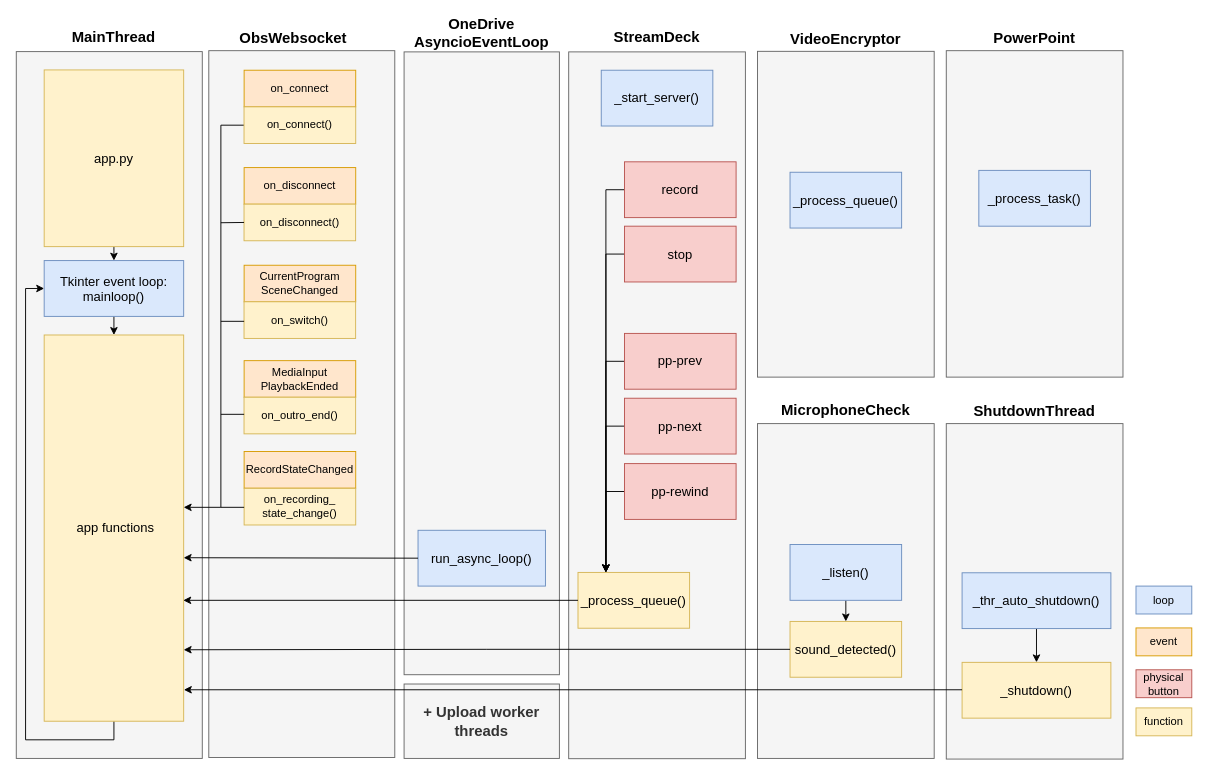
Above: documents/threads_and_events_overview.drawio in UtrechtUniversity/diy-studio-app (draw.io), before the change. Source tidied: cells renumbered, new cells numbered last; positions are measured from the earlier drawing's top-left corner, leaving out a move shared by most shapes. Both pictures are drawn from the tidied source at 93%, with x=0, y=0 at pixel (16, 19).
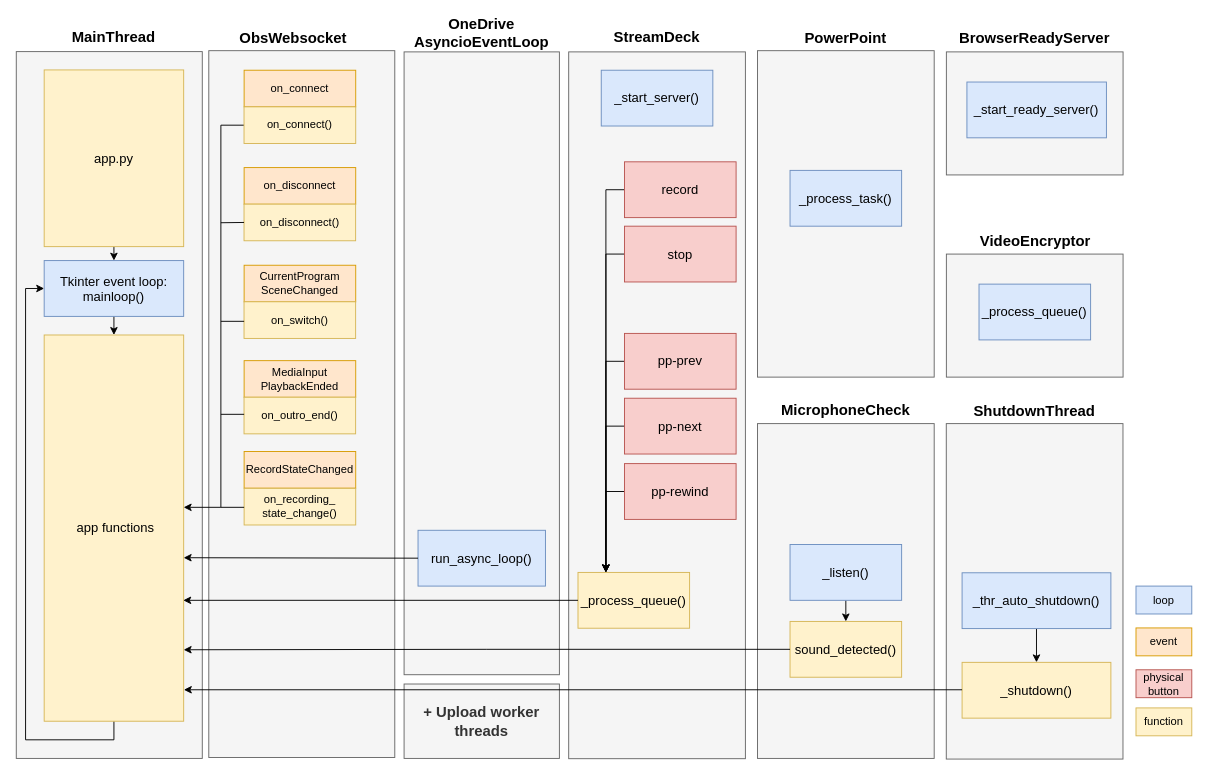
Above is the later version.

Diff of the diagram source:
```diff
@@
     <mxCell id="2" style="rounded=0;whiteSpace=wrap;html=1;fillColor=#f5f5f5;fontColor=#333333;strokeColor=#666666;" parent="1" vertex="1">
-      <mxGeometry x="1000" y="34" width="190" height="351" as="geometry" />
+      <mxGeometry x="797" y="34" width="190" height="351" as="geometry" />
     </mxCell>
@@
     <mxCell id="55" value="PowerPoint" style="text;html=1;align=center;verticalAlign=middle;whiteSpace=wrap;rounded=0;fontStyle=1;fontSize=16;" parent="1" vertex="1">
-      <mxGeometry x="1000" y="5.3" width="190" height="30" as="geometry" />
+      <mxGeometry x="797" y="5.3" width="190" height="30" as="geometry" />
     </mxCell>
@@
     <mxCell id="59" style="rounded=0;whiteSpace=wrap;html=1;fillColor=#f5f5f5;fontColor=#333333;strokeColor=#666666;" parent="1" vertex="1">
-      <mxGeometry x="797" y="34.7" width="190" height="350.3" as="geometry" />
+      <mxGeometry x="1000.1" y="252.7" width="190" height="132.3" as="geometry" />
     </mxCell>
     <mxCell id="60" value="VideoEncryptor" style="text;html=1;align=center;verticalAlign=middle;whiteSpace=wrap;rounded=0;fontStyle=1;fontSize=16;" parent="1" vertex="1">
-      <mxGeometry x="797" y="6.3" width="190" height="30" as="geometry" />
+      <mxGeometry x="1000.5" y="222.7" width="190" height="30" as="geometry" />
     </mxCell>
     <mxCell id="61" value="_process_queue()" style="rounded=0;whiteSpace=wrap;html=1;fillColor=#dae8fc;strokeColor=#6c8ebf;fontSize=14;" parent="1" vertex="1">
-      <mxGeometry x="832" y="164.7" width="120" height="60" as="geometry" />
+      <mxGeometry x="1035.2" y="285" width="120" height="60" as="geometry" />
     </mxCell>
     <mxCell id="62" value="_process_task()" style="rounded=0;whiteSpace=wrap;html=1;fillColor=#dae8fc;strokeColor=#6c8ebf;fontSize=14;" parent="1" vertex="1">
-      <mxGeometry x="1035" y="162.7" width="120" height="60" as="geometry" />
+      <mxGeometry x="832" y="162.7" width="120" height="60" as="geometry" />
     </mxCell>
@@
+    <mxCell id="69" style="rounded=0;whiteSpace=wrap;html=1;fillColor=#f5f5f5;fontColor=#333333;strokeColor=#666666;" parent="1" vertex="1">
+      <mxGeometry x="1000.1" y="35.3" width="190" height="132.3" as="geometry" />
+    </mxCell>
+    <mxCell id="70" value="BrowserReadyServer" style="text;html=1;align=center;verticalAlign=middle;whiteSpace=wrap;rounded=0;fontStyle=1;fontSize=16;" parent="1" vertex="1">
+      <mxGeometry x="1000.1" y="5.3" width="190" height="30" as="geometry" />
+    </mxCell>
+    <mxCell id="71" value="_start_ready_server()" style="rounded=0;whiteSpace=wrap;html=1;fillColor=#dae8fc;strokeColor=#6c8ebf;fontSize=14;" parent="1" vertex="1">
+      <mxGeometry x="1022.2" y="67.7" width="150" height="60" as="geometry" />
+    </mxCell>
```
